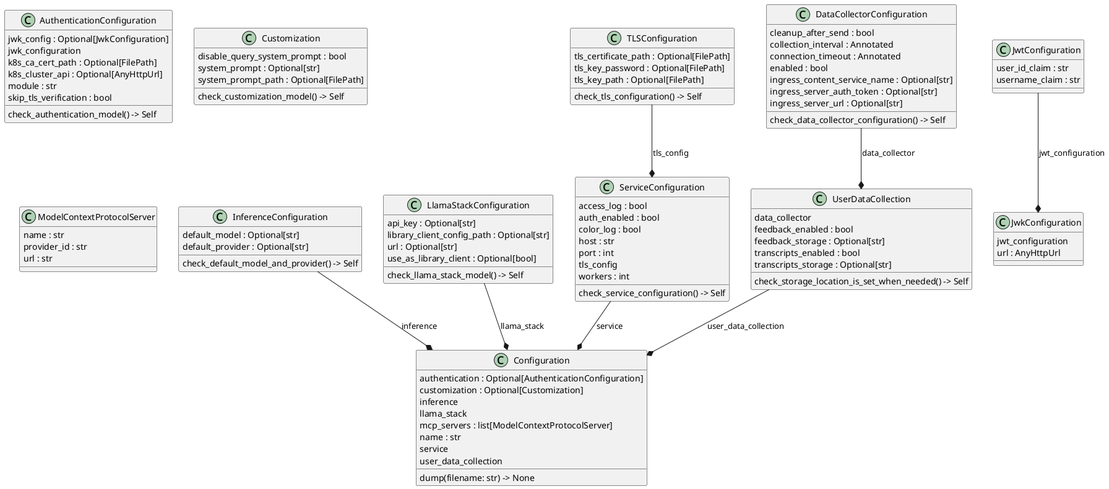
Above: docs/config.png in zszabo-rh/lightspeed-stack (PlantUML), before the change.
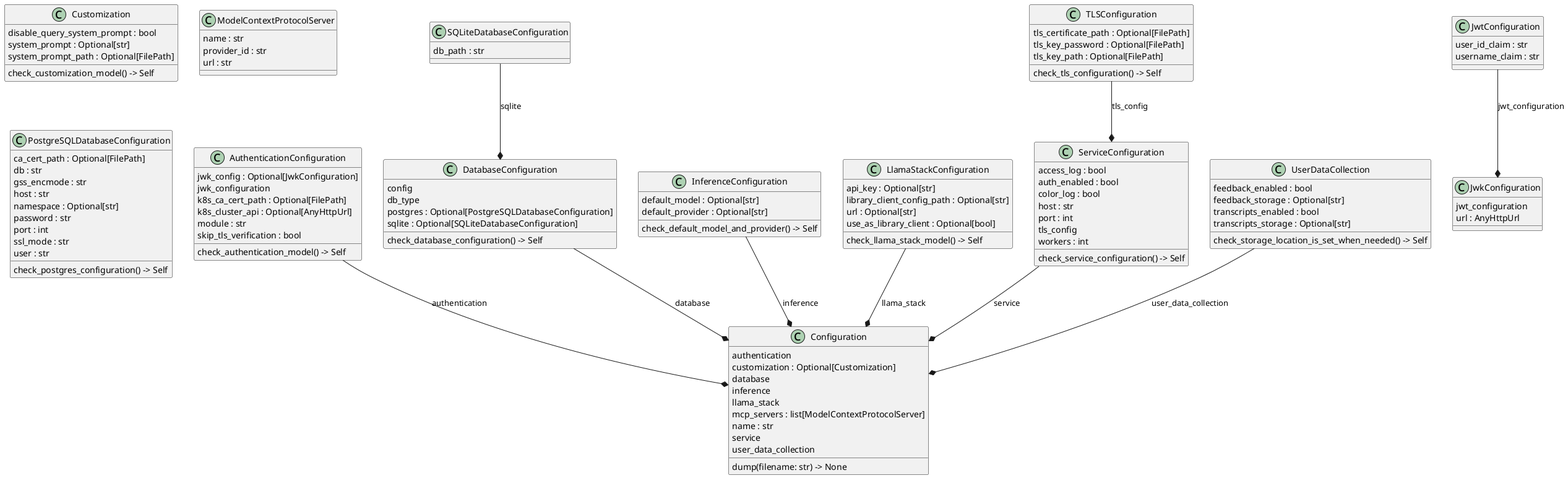
The same diagram one commit later.

Commit message:
LCORE-360: Updated configuration diagram

The edit, as a diff of the source:
```diff
@@ -10,8 +10,9 @@
   check_authentication_model() -> Self
 }
 class "Configuration" as src.models.config.Configuration {
-  authentication : Optional[AuthenticationConfiguration]
+  authentication
   customization : Optional[Customization]
+  database
   inference
   llama_stack
   mcp_servers : list[ModelContextProtocolServer]
@@ -26,15 +27,12 @@
   system_prompt_path : Optional[FilePath]
   check_customization_model() -> Self
 }
-class "DataCollectorConfiguration" as src.models.config.DataCollectorConfiguration {
-  cleanup_after_send : bool
-  collection_interval : Annotated
-  connection_timeout : Annotated
-  enabled : bool
-  ingress_content_service_name : Optional[str]
-  ingress_server_auth_token : Optional[str]
-  ingress_server_url : Optional[str]
-  check_data_collector_configuration() -> Self
+class "DatabaseConfiguration" as src.models.config.DatabaseConfiguration {
+  config
+  db_type
+  postgres : Optional[PostgreSQLDatabaseConfiguration]
+  sqlite : Optional[SQLiteDatabaseConfiguration]
+  check_database_configuration() -> Self
 }
 class "InferenceConfiguration" as src.models.config.InferenceConfiguration {
   default_model : Optional[str]
@@ -61,6 +59,21 @@
   provider_id : str
   url : str
 }
+class "PostgreSQLDatabaseConfiguration" as src.models.config.PostgreSQLDatabaseConfiguration {
+  ca_cert_path : Optional[FilePath]
+  db : str
+  gss_encmode : str
+  host : str
+  namespace : Optional[str]
+  password : str
+  port : int
+  ssl_mode : str
+  user : str
+  check_postgres_configuration() -> Self
+}
+class "SQLiteDatabaseConfiguration" as src.models.config.SQLiteDatabaseConfiguration {
+  db_path : str
+}
 class "ServiceConfiguration" as src.models.config.ServiceConfiguration {
   access_log : bool
   auth_enabled : bool
@@ -78,17 +91,18 @@
   check_tls_configuration() -> Self
 }
 class "UserDataCollection" as src.models.config.UserDataCollection {
-  data_collector
   feedback_enabled : bool
   feedback_storage : Optional[str]
   transcripts_enabled : bool
   transcripts_storage : Optional[str]
   check_storage_location_is_set_when_needed() -> Self
 }
-src.models.config.DataCollectorConfiguration --* src.models.config.UserDataCollection : data_collector
+src.models.config.AuthenticationConfiguration --* src.models.config.Configuration : authentication
+src.models.config.DatabaseConfiguration --* src.models.config.Configuration : database
 src.models.config.InferenceConfiguration --* src.models.config.Configuration : inference
 src.models.config.JwtConfiguration --* src.models.config.JwkConfiguration : jwt_configuration
 src.models.config.LlamaStackConfiguration --* src.models.config.Configuration : llama_stack
+src.models.config.SQLiteDatabaseConfiguration --* src.models.config.DatabaseConfiguration : sqlite
 src.models.config.ServiceConfiguration --* src.models.config.Configuration : service
 src.models.config.TLSConfiguration --* src.models.config.ServiceConfiguration : tls_config
 src.models.config.UserDataCollection --* src.models.config.Configuration : user_data_collection
```
